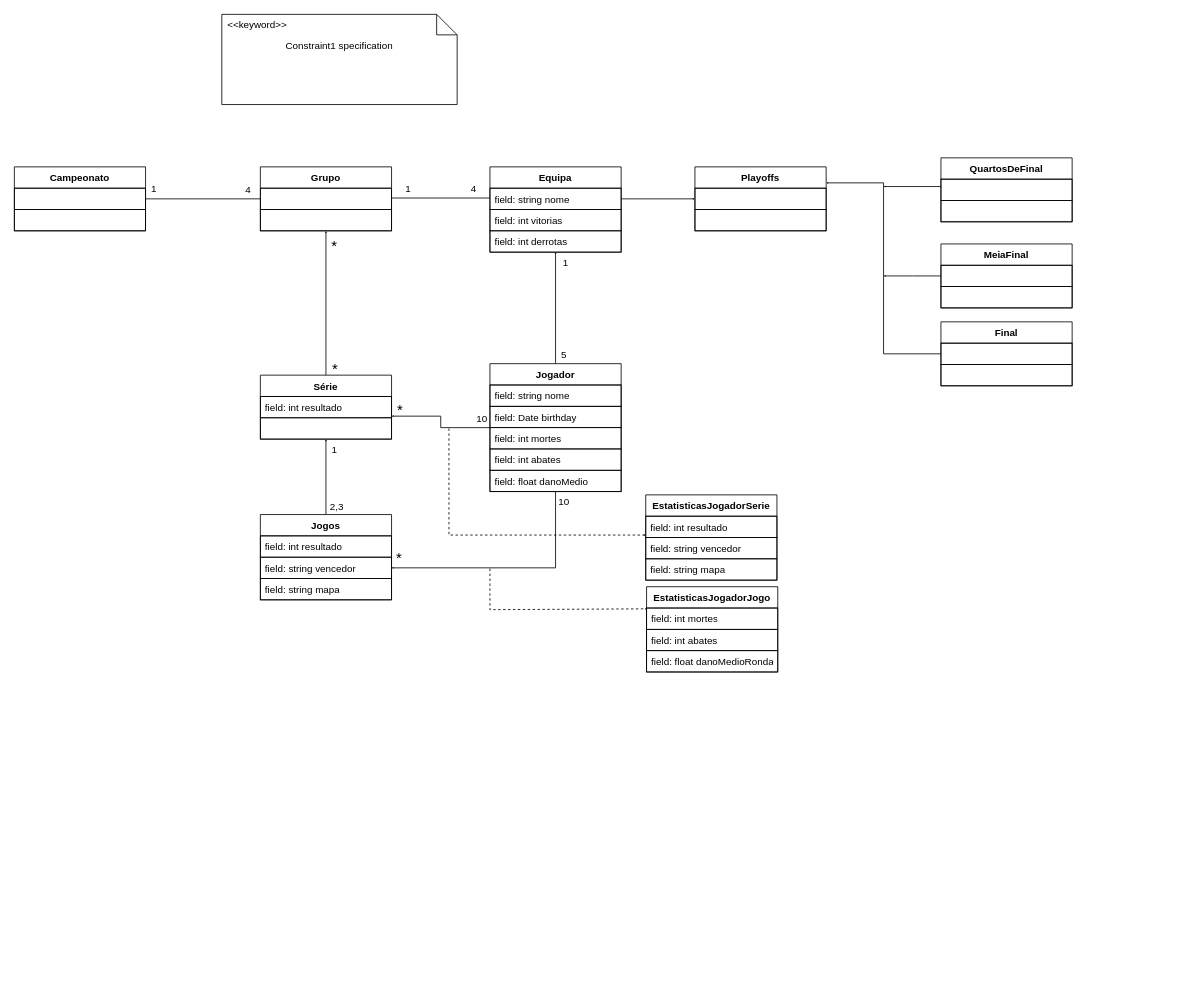
Above: CampeonatoCS.drawio in esperaumbocado/Project_BD (draw.io), before the change. Source tidied: cells renumbered, new cells numbered last; positions are measured from the earlier drawing's top-left corner, leaving out a move shared by most shapes. Both pictures are drawn from the tidied source at 82%, with x=0, y=0 at pixel (14, 14).
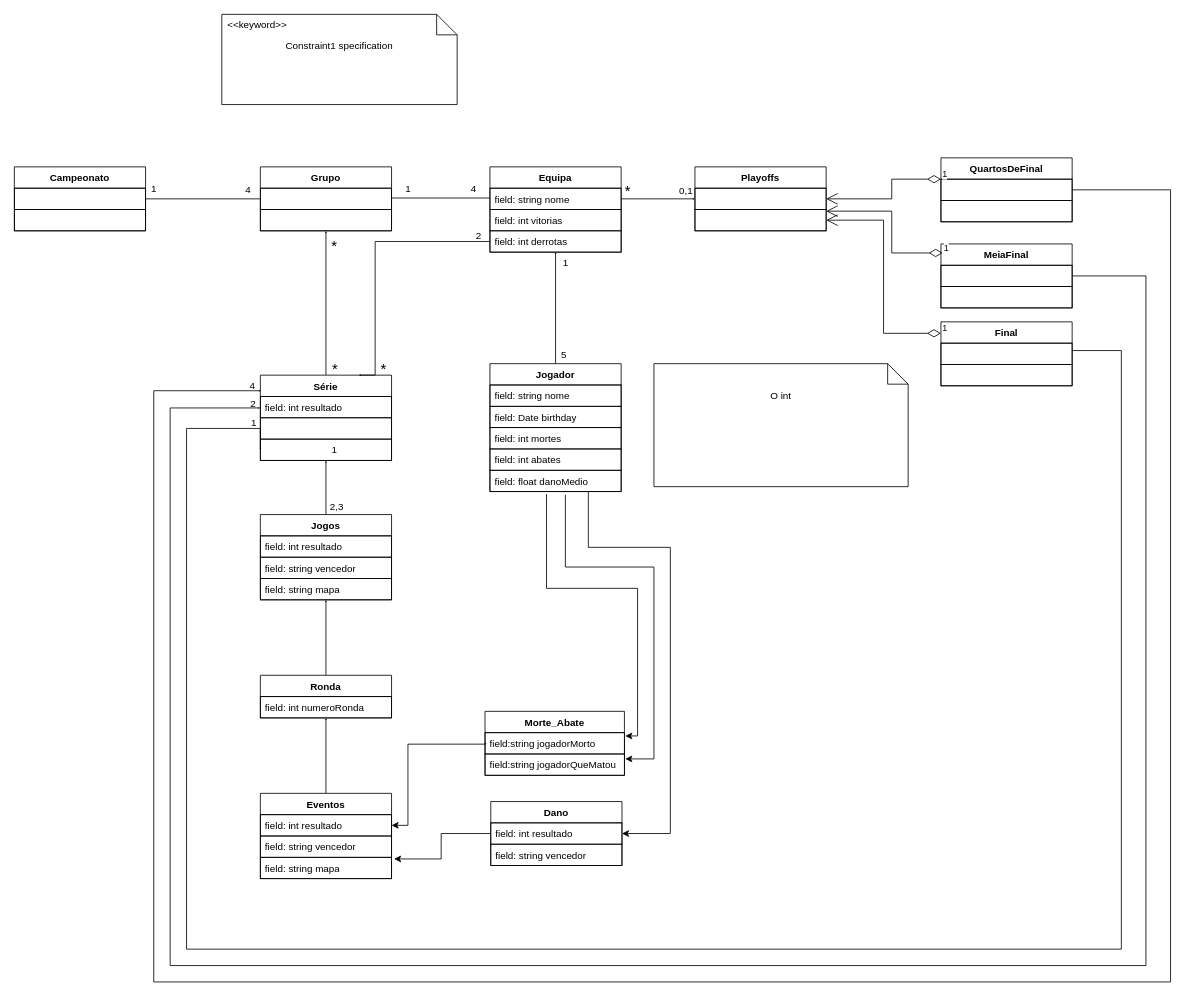
After the change.

The change refers to these unchanged cells:
```xml
<mxCell id="16" value="field: int derrotas" style="text;strokeColor=default;fillColor=none;align=left;verticalAlign=top;spacingLeft=4;spacingRight=4;overflow=hidden;points=[[0,0.5],[1,0.5]];portConstraint=eastwest;whiteSpace=wrap;html=1;" parent="13" vertex="1">
  <mxGeometry y="78" width="160" height="26" as="geometry" />
</mxCell>
<mxCell id="22" value="field: int resultado" style="text;strokeColor=default;fillColor=none;align=left;verticalAlign=top;spacingLeft=4;spacingRight=4;overflow=hidden;points=[[0,0.5],[1,0.5]];portConstraint=eastwest;whiteSpace=wrap;html=1;" parent="21" vertex="1">
  <mxGeometry y="26" width="160" height="26" as="geometry" />
</mxCell>
<mxCell id="27" value="&lt;div&gt;Jogos&lt;/div&gt;&lt;div&gt;&lt;br&gt;&lt;/div&gt;" style="swimlane;fontStyle=1;align=center;verticalAlign=top;horizontal=1;startSize=26;whiteSpace=wrap;html=1;" parent="1" vertex="1">
  <mxGeometry x="300" y="610" width="160" height="104" as="geometry" />
</mxCell>
<mxCell id="29" value="field: string vencedor" style="text;strokeColor=default;fillColor=none;align=left;verticalAlign=top;spacingLeft=4;spacingRight=4;overflow=hidden;points=[[0,0.5],[1,0.5]];portConstraint=eastwest;whiteSpace=wrap;html=1;" parent="27" vertex="1">
  <mxGeometry y="52" width="160" height="26" as="geometry" />
</mxCell>
<mxCell id="36" value="Jogador" style="swimlane;fontStyle=1;align=center;verticalAlign=top;horizontal=1;startSize=26;whiteSpace=wrap;html=1;" parent="1" vertex="1">
  <mxGeometry x="580" y="426" width="160" height="156" as="geometry" />
</mxCell>
<mxCell id="41" value="field: float danoMedio" style="text;strokeColor=default;fillColor=none;align=left;verticalAlign=top;spacingLeft=4;spacingRight=4;overflow=hidden;points=[[0,0.5],[1,0.5]];portConstraint=eastwest;whiteSpace=wrap;html=1;" parent="36" vertex="1">
  <mxGeometry y="130" width="160" height="26" as="geometry" />
</mxCell>
<mxCell id="42" value="Playoffs" style="swimlane;fontStyle=1;align=center;verticalAlign=top;horizontal=1;startSize=26;whiteSpace=wrap;html=1;" parent="1" vertex="1">
  <mxGeometry x="830" y="186" width="160" height="78" as="geometry" />
</mxCell>
<mxCell id="43" style="text;strokeColor=default;fillColor=none;align=left;verticalAlign=top;spacingLeft=4;spacingRight=4;overflow=hidden;points=[[0,0.5],[1,0.5]];portConstraint=eastwest;whiteSpace=wrap;html=1;" parent="42" vertex="1">
  <mxGeometry y="26" width="160" height="26" as="geometry" />
</mxCell>
<mxCell id="44" style="text;strokeColor=default;fillColor=none;align=left;verticalAlign=top;spacingLeft=4;spacingRight=4;overflow=hidden;points=[[0,0.5],[1,0.5]];portConstraint=eastwest;whiteSpace=wrap;html=1;" parent="42" vertex="1">
  <mxGeometry y="52" width="160" height="26" as="geometry" />
</mxCell>
<mxCell id="47" style="text;strokeColor=default;fillColor=none;align=left;verticalAlign=top;spacingLeft=4;spacingRight=4;overflow=hidden;points=[[0,0.5],[1,0.5]];portConstraint=eastwest;whiteSpace=wrap;html=1;" parent="46" vertex="1">
  <mxGeometry y="26" width="160" height="26" as="geometry" />
</mxCell>
<mxCell id="49" value="MeiaFinal" style="swimlane;fontStyle=1;align=center;verticalAlign=top;horizontal=1;startSize=26;whiteSpace=wrap;html=1;" parent="1" vertex="1">
  <mxGeometry x="1130" y="280" width="160" height="78" as="geometry" />
</mxCell>
<mxCell id="51" style="text;strokeColor=default;fillColor=none;align=left;verticalAlign=top;spacingLeft=4;spacingRight=4;overflow=hidden;points=[[0,0.5],[1,0.5]];portConstraint=eastwest;whiteSpace=wrap;html=1;" parent="49" vertex="1">
  <mxGeometry y="26" width="160" height="26" as="geometry" />
</mxCell>
<mxCell id="53" value="Final" style="swimlane;fontStyle=1;align=center;verticalAlign=top;horizontal=1;startSize=26;whiteSpace=wrap;html=1;" parent="1" vertex="1">
  <mxGeometry x="1130" y="375" width="160" height="78" as="geometry" />
</mxCell>
<mxCell id="54" style="text;strokeColor=default;fillColor=none;align=left;verticalAlign=top;spacingLeft=4;spacingRight=4;overflow=hidden;points=[[0,0.5],[1,0.5]];portConstraint=eastwest;whiteSpace=wrap;html=1;" parent="53" vertex="1">
  <mxGeometry y="26" width="160" height="26" as="geometry" />
</mxCell>
```

Change to the diagram source:
```diff
@@
     <mxCell id="21" value="Série" style="swimlane;fontStyle=1;align=center;verticalAlign=top;horizontal=1;startSize=26;whiteSpace=wrap;html=1;" parent="1" vertex="1">
-      <mxGeometry x="300" y="440" width="160" height="78" as="geometry" />
+      <mxGeometry x="300" y="440" width="160" height="104" as="geometry" />
     </mxCell>
@@
+    <mxCell id="75" style="text;strokeColor=default;fillColor=none;align=left;verticalAlign=top;spacingLeft=4;spacingRight=4;overflow=hidden;whiteSpace=wrap;html=1;" parent="21" vertex="1">
+      <mxGeometry y="52" width="160" height="26" as="geometry" />
+    </mxCell>
     <mxCell id="23" style="text;strokeColor=default;fillColor=none;align=left;verticalAlign=top;spacingLeft=4;spacingRight=4;overflow=hidden;points=[[0,0.5],[1,0.5]];portConstraint=eastwest;whiteSpace=wrap;html=1;" parent="21" vertex="1">
-      <mxGeometry y="52" width="160" height="26" as="geometry" />
+      <mxGeometry y="78" width="160" height="26" as="geometry" />
     </mxCell>
@@
-    <mxCell id="35" style="edgeStyle=orthogonalEdgeStyle;rounded=0;jettySize=auto;html=1;entryX=1;entryY=0.5;entryDx=0;entryDy=0;endSize=0;" parent="1" edge="1" source="36" target="29">
-      <mxGeometry relative="1" as="geometry" />
-    </mxCell>
+    <mxCell id="76" style="edgeStyle=orthogonalEdgeStyle;rounded=0;jettySize=auto;html=1;exitX=0.575;exitY=1.154;exitDx=0;exitDy=0;entryX=1.006;entryY=0.231;entryDx=0;entryDy=0;exitPerimeter=0;entryPerimeter=0;" parent="1" edge="1" source="41" target="99">
+      <mxGeometry relative="1" as="geometry">
+        <Array as="points">
+          <mxPoint x="672" y="674" />
+          <mxPoint x="780" y="674" />
+          <mxPoint x="780" y="908" />
+        </Array>
+      </mxGeometry>
+    </mxCell>
+    <mxCell id="77" style="edgeStyle=orthogonalEdgeStyle;rounded=0;jettySize=auto;html=1;exitX=0.75;exitY=1;exitDx=0;exitDy=0;entryX=1;entryY=0.5;entryDx=0;entryDy=0;" parent="1" edge="1" source="36" target="101">
+      <mxGeometry relative="1" as="geometry">
+        <Array as="points">
+          <mxPoint x="700" y="650" />
+          <mxPoint x="800" y="650" />
+          <mxPoint x="800" y="999" />
+        </Array>
+      </mxGeometry>
+    </mxCell>
@@
-    <mxCell id="45" style="edgeStyle=orthogonalEdgeStyle;rounded=0;orthogonalLoop=1;jettySize=auto;html=1;endSize=0;" parent="1" edge="1">
-      <mxGeometry relative="1" as="geometry">
-        <mxPoint x="1130" y="210" as="sourcePoint" />
-        <mxPoint x="1060" y="210" as="targetPoint" />
-      </mxGeometry>
-    </mxCell>
@@
-    <mxCell id="50" style="edgeStyle=orthogonalEdgeStyle;rounded=0;jettySize=auto;html=1;endSize=0;" parent="49" edge="1" source="51">
-      <mxGeometry relative="1" as="geometry">
-        <mxPoint x="-70" y="39" as="targetPoint" />
-      </mxGeometry>
-    </mxCell>
@@
-    <mxCell id="56" style="edgeStyle=orthogonalEdgeStyle;rounded=0;jettySize=auto;html=1;entryX=1;entryY=0.25;entryDx=0;entryDy=0;endSize=0;" parent="1" edge="1" source="54" target="42">
-      <mxGeometry relative="1" as="geometry" />
-    </mxCell>
@@
-    <mxCell id="60" style="edgeStyle=orthogonalEdgeStyle;rounded=0;jettySize=auto;html=1;entryX=1;entryY=0.923;entryDx=0;entryDy=0;entryPerimeter=0;strokeWidth=1;endSize=0;" parent="1" edge="1" source="36" target="22">
-      <mxGeometry relative="1" as="geometry" />
-    </mxCell>
-    <mxCell id="61" value="10" style="text;html=1;align=center;verticalAlign=middle;strokeColor=none;fillColor=none;" parent="1" vertex="1">
-      <mxGeometry x="550" y="479" width="40" height="30" as="geometry" />
-    </mxCell>
-    <mxCell id="62" value="&lt;font style=&quot;font-size: 18px;&quot;&gt;*&lt;/font&gt;" style="text;html=1;align=center;verticalAlign=middle;strokeColor=none;fillColor=none;" parent="1" vertex="1">
-      <mxGeometry x="455" y="463" width="30" height="40" as="geometry" />
-    </mxCell>
-    <mxCell id="63" value="10" style="text;html=1;align=center;verticalAlign=middle;strokeColor=none;fillColor=none;" parent="1" vertex="1">
-      <mxGeometry x="650" y="580" width="40" height="30" as="geometry" />
-    </mxCell>
-    <mxCell id="64" value="&lt;font style=&quot;font-size: 18px;&quot;&gt;*&lt;/font&gt;" style="text;html=1;align=center;verticalAlign=middle;strokeColor=none;fillColor=none;" parent="1" vertex="1">
-      <mxGeometry x="454" y="643" width="30" height="40" as="geometry" />
-    </mxCell>
-    <mxCell id="65" style="edgeStyle=segmentEdgeStyle;endArrow=classic;html=1;curved=0;rounded=0;endSize=0;startSize=8;sourcePerimeterSpacing=0;targetPerimeterSpacing=0;dashed=1;entryX=0.006;entryY=0.038;entryDx=0;entryDy=0;entryPerimeter=0;" parent="1" edge="1" target="67">
-      <mxGeometry relative="1" as="geometry">
-        <mxPoint x="580" y="676" as="sourcePoint" />
-        <Array as="points">
-          <mxPoint x="580" y="726" />
-        </Array>
-      </mxGeometry>
-    </mxCell>
-    <mxCell id="66" value="EstatisticasJogadorJogo" style="swimlane;fontStyle=1;align=center;verticalAlign=top;horizontal=1;startSize=26;whiteSpace=wrap;html=1;" parent="1" vertex="1">
-      <mxGeometry x="771" y="698" width="160" height="104" as="geometry" />
-    </mxCell>
-    <mxCell id="67" value="field: int mortes" style="text;strokeColor=default;fillColor=none;align=left;verticalAlign=top;spacingLeft=4;spacingRight=4;overflow=hidden;points=[[0,0.5],[1,0.5]];portConstraint=eastwest;whiteSpace=wrap;html=1;" parent="66" vertex="1">
-      <mxGeometry y="26" width="160" height="26" as="geometry" />
-    </mxCell>
-    <mxCell id="68" value="field: int abates" style="text;strokeColor=default;fillColor=none;align=left;verticalAlign=top;spacingLeft=4;spacingRight=4;overflow=hidden;whiteSpace=wrap;html=1;" parent="66" vertex="1">
-      <mxGeometry y="52" width="160" height="26" as="geometry" />
-    </mxCell>
-    <mxCell id="69" value="field: float danoMedioRonda" style="text;strokeColor=default;fillColor=none;align=left;verticalAlign=top;spacingLeft=4;spacingRight=4;overflow=hidden;whiteSpace=wrap;html=1;" parent="66" vertex="1">
-      <mxGeometry y="78" width="160" height="26" as="geometry" />
-    </mxCell>
-    <mxCell id="70" value="EstatisticasJogadorSerie" style="swimlane;fontStyle=1;align=center;verticalAlign=top;horizontal=1;startSize=26;whiteSpace=wrap;html=1;" parent="1" vertex="1">
-      <mxGeometry x="770" y="586" width="160" height="104" as="geometry" />
-    </mxCell>
-    <mxCell id="71" value="field: int resultado" style="text;strokeColor=default;fillColor=none;align=left;verticalAlign=top;spacingLeft=4;spacingRight=4;overflow=hidden;whiteSpace=wrap;html=1;" parent="70" vertex="1">
-      <mxGeometry y="26" width="160" height="26" as="geometry" />
-    </mxCell>
-    <mxCell id="72" value="field: string vencedor" style="text;strokeColor=default;fillColor=none;align=left;verticalAlign=top;spacingLeft=4;spacingRight=4;overflow=hidden;whiteSpace=wrap;html=1;" parent="70" vertex="1">
-      <mxGeometry y="52" width="160" height="26" as="geometry" />
-    </mxCell>
+    <mxCell id="78" value="&lt;font style=&quot;font-size: 18px;&quot;&gt;*&lt;/font&gt;" style="text;html=1;align=center;verticalAlign=middle;strokeColor=none;fillColor=none;" parent="1" vertex="1">
+      <mxGeometry x="733" y="196" width="30" height="40" as="geometry" />
+    </mxCell>
+    <mxCell id="79" value="0,1" style="text;html=1;align=center;verticalAlign=middle;strokeColor=none;fillColor=none;" parent="1" vertex="1">
+      <mxGeometry x="799" y="201" width="40" height="30" as="geometry" />
+    </mxCell>
+    <mxCell id="80" style="edgeStyle=orthogonalEdgeStyle;rounded=0;jettySize=auto;html=1;endSize=0;entryX=0.833;entryY=-0.033;entryDx=0;entryDy=0;entryPerimeter=0;" parent="1" edge="1" source="47" target="84">
+      <mxGeometry relative="1" as="geometry">
+        <Array as="points">
+          <mxPoint x="1410" y="214" />
+          <mxPoint x="1410" y="1180" />
+          <mxPoint x="170" y="1180" />
+          <mxPoint x="170" y="459" />
+        </Array>
+      </mxGeometry>
+    </mxCell>
+    <mxCell id="81" style="edgeStyle=orthogonalEdgeStyle;rounded=0;jettySize=auto;html=1;exitX=1;exitY=0.5;exitDx=0;exitDy=0;endSize=0;" parent="1" edge="1" source="49">
+      <mxGeometry relative="1" as="geometry">
+        <mxPoint x="300" y="480" as="targetPoint" />
+        <Array as="points">
+          <mxPoint x="1380" y="319" />
+          <mxPoint x="1380" y="1160" />
+          <mxPoint x="190" y="1160" />
+          <mxPoint x="190" y="480" />
+        </Array>
+      </mxGeometry>
+    </mxCell>
+    <mxCell id="82" style="edgeStyle=orthogonalEdgeStyle;rounded=0;jettySize=auto;html=1;endSize=0;entryX=0;entryY=0.5;entryDx=0;entryDy=0;" parent="1" edge="1" target="23">
+      <mxGeometry relative="1" as="geometry">
+        <mxPoint x="1290" y="410" as="sourcePoint" />
+        <Array as="points">
+          <mxPoint x="1350" y="410" />
+          <mxPoint x="1350" y="1140" />
+          <mxPoint x="210" y="1140" />
+          <mxPoint x="210" y="505" />
+          <mxPoint x="300" y="505" />
+        </Array>
+      </mxGeometry>
+    </mxCell>
+    <mxCell id="83" value="O int " style="shape=note2;boundedLbl=1;whiteSpace=wrap;html=1;size=25;verticalAlign=top;align=center;" parent="1" vertex="1">
+      <mxGeometry x="780" y="426" width="310" height="150" as="geometry" />
+    </mxCell>
+    <mxCell id="84" value="2" style="text;html=1;align=center;verticalAlign=middle;points=[];strokeColor=none;fillColor=none;" parent="1" vertex="1">
+      <mxGeometry x="276" y="460" width="30" height="30" as="geometry" />
+    </mxCell>
+    <mxCell id="85" value="1" style="text;html=1;align=center;verticalAlign=middle;strokeColor=none;fillColor=none;" parent="1" vertex="1">
+      <mxGeometry x="277" y="483" width="30" height="30" as="geometry" />
+    </mxCell>
+    <mxCell id="86" value="4" style="text;html=1;align=center;verticalAlign=middle;strokeColor=none;fillColor=none;" parent="1" vertex="1">
+      <mxGeometry x="275" y="438" width="30" height="30" as="geometry" />
+    </mxCell>
+    <mxCell id="87" value="1" style="endArrow=open;html=1;endSize=12;startArrow=diamondThin;startSize=14;startFill=0;edgeStyle=orthogonalEdgeStyle;align=left;verticalAlign=bottom;rounded=0;exitX=0;exitY=0.179;exitDx=0;exitDy=0;exitPerimeter=0;entryX=1;entryY=0.5;entryDx=0;entryDy=0;" parent="1" edge="1" source="53" target="44">
+      <mxGeometry x="-1" y="3" relative="1" as="geometry" />
+    </mxCell>
+    <mxCell id="88" value="1" style="endArrow=open;html=1;endSize=12;startArrow=diamondThin;startSize=14;startFill=0;edgeStyle=orthogonalEdgeStyle;align=left;verticalAlign=bottom;rounded=0;exitX=0.013;exitY=0.141;exitDx=0;exitDy=0;exitPerimeter=0;entryX=1;entryY=0.077;entryDx=0;entryDy=0;entryPerimeter=0;" parent="1" edge="1" source="49" target="44">
+      <mxGeometry x="-1" y="3" relative="1" as="geometry">
+        <Array as="points">
+          <mxPoint x="1070" y="291" />
+          <mxPoint x="1070" y="240" />
+        </Array>
+      </mxGeometry>
+    </mxCell>
+    <mxCell id="89" value="1" style="endArrow=open;html=1;endSize=12;startArrow=diamondThin;startSize=14;startFill=0;edgeStyle=orthogonalEdgeStyle;align=left;verticalAlign=bottom;rounded=0;entryX=1;entryY=0.5;entryDx=0;entryDy=0;" parent="1" edge="1" target="43">
+      <mxGeometry x="-1" y="3" relative="1" as="geometry">
+        <mxPoint x="1130" y="201" as="sourcePoint" />
+        <Array as="points">
+          <mxPoint x="1070" y="201" />
+          <mxPoint x="1070" y="225" />
+        </Array>
+      </mxGeometry>
+    </mxCell>
+    <mxCell id="90" style="edgeStyle=orthogonalEdgeStyle;rounded=0;jettySize=auto;html=1;entryX=0.75;entryY=0;entryDx=0;entryDy=0;endSize=0;" parent="1" edge="1" source="16" target="21">
+      <mxGeometry relative="1" as="geometry">
+        <Array as="points">
+          <mxPoint x="440" y="277" />
+          <mxPoint x="440" y="440" />
+        </Array>
+      </mxGeometry>
+    </mxCell>
+    <mxCell id="91" value="&lt;font style=&quot;font-size: 18px;&quot;&gt;*&lt;/font&gt;" style="text;html=1;align=center;verticalAlign=middle;strokeColor=none;fillColor=none;" parent="1" vertex="1">
+      <mxGeometry x="435" y="413" width="30" height="40" as="geometry" />
+    </mxCell>
+    <mxCell id="92" value="2" style="text;html=1;align=center;verticalAlign=middle;strokeColor=none;fillColor=none;" parent="1" vertex="1">
+      <mxGeometry x="551" y="255" width="30" height="30" as="geometry" />
+    </mxCell>
+    <mxCell id="93" style="edgeStyle=orthogonalEdgeStyle;rounded=0;jettySize=auto;html=1;entryX=0.5;entryY=1;entryDx=0;entryDy=0;endSize=0;" parent="1" edge="1" source="94" target="27">
+      <mxGeometry relative="1" as="geometry" />
+    </mxCell>
+    <mxCell id="94" value="Ronda" style="swimlane;fontStyle=1;align=center;verticalAlign=top;horizontal=1;startSize=26;whiteSpace=wrap;html=1;" parent="1" vertex="1">
+      <mxGeometry x="300" y="806" width="160" height="52" as="geometry" />
+    </mxCell>
+    <mxCell id="95" value="field: int numeroRonda" style="text;strokeColor=default;fillColor=none;align=left;verticalAlign=top;spacingLeft=4;spacingRight=4;overflow=hidden;whiteSpace=wrap;html=1;" parent="94" vertex="1">
+      <mxGeometry y="26" width="160" height="26" as="geometry" />
+    </mxCell>
+    <mxCell id="96" style="edgeStyle=orthogonalEdgeStyle;rounded=0;jettySize=auto;html=1;entryX=1;entryY=0.5;entryDx=0;entryDy=0;exitX=0;exitY=0.5;exitDx=0;exitDy=0;" parent="1" edge="1" source="98" target="105">
+      <mxGeometry relative="1" as="geometry">
+        <Array as="points">
+          <mxPoint x="575" y="890" />
+          <mxPoint x="480" y="890" />
+          <mxPoint x="480" y="989" />
+        </Array>
+      </mxGeometry>
+    </mxCell>
+    <mxCell id="97" value="Morte_Abate" style="swimlane;fontStyle=1;align=center;verticalAlign=top;horizontal=1;startSize=26;whiteSpace=wrap;html=1;" parent="1" vertex="1">
+      <mxGeometry x="574" y="850" width="170" height="78" as="geometry" />
+    </mxCell>
+    <mxCell id="98" value="field:string jogadorMorto" style="text;strokeColor=default;fillColor=none;align=left;verticalAlign=top;spacingLeft=4;spacingRight=4;overflow=hidden;points=[[0,0.5],[1,0.5]];portConstraint=eastwest;whiteSpace=wrap;html=1;" parent="97" vertex="1">
+      <mxGeometry y="26" width="170" height="26" as="geometry" />
+    </mxCell>
+    <mxCell id="99" value="field:string jogadorQueMatou" style="text;strokeColor=default;fillColor=none;align=left;verticalAlign=top;spacingLeft=4;spacingRight=4;overflow=hidden;points=[[0,0.5],[1,0.5]];portConstraint=eastwest;whiteSpace=wrap;html=1;" parent="97" vertex="1">
+      <mxGeometry y="52" width="170" height="26" as="geometry" />
+    </mxCell>
+    <mxCell id="100" value="Dano" style="swimlane;fontStyle=1;align=center;verticalAlign=top;horizontal=1;startSize=26;whiteSpace=wrap;html=1;" parent="1" vertex="1">
+      <mxGeometry x="581" y="960" width="160" height="78" as="geometry" />
+    </mxCell>
+    <mxCell id="101" value="field: int resultado" style="text;strokeColor=default;fillColor=none;align=left;verticalAlign=top;spacingLeft=4;spacingRight=4;overflow=hidden;points=[[0,0.5],[1,0.5]];portConstraint=eastwest;whiteSpace=wrap;html=1;" parent="100" vertex="1">
+      <mxGeometry y="26" width="160" height="26" as="geometry" />
+    </mxCell>
+    <mxCell id="102" value="field: string vencedor" style="text;strokeColor=default;fillColor=none;align=left;verticalAlign=top;spacingLeft=4;spacingRight=4;overflow=hidden;whiteSpace=wrap;html=1;" parent="100" vertex="1">
+      <mxGeometry y="52" width="160" height="26" as="geometry" />
+    </mxCell>
+    <mxCell id="103" style="edgeStyle=orthogonalEdgeStyle;rounded=0;jettySize=auto;html=1;entryX=0.5;entryY=1;entryDx=0;entryDy=0;endSize=0;" parent="1" edge="1" source="104" target="94">
+      <mxGeometry relative="1" as="geometry" />
+    </mxCell>
+    <mxCell id="104" value="Eventos" style="swimlane;fontStyle=1;align=center;verticalAlign=top;horizontal=1;startSize=26;whiteSpace=wrap;html=1;" parent="1" vertex="1">
+      <mxGeometry x="300" y="950" width="160" height="104" as="geometry" />
+    </mxCell>
+    <mxCell id="105" value="field: int resultado" style="text;strokeColor=default;fillColor=none;align=left;verticalAlign=top;spacingLeft=4;spacingRight=4;overflow=hidden;points=[[0,0.5],[1,0.5]];portConstraint=eastwest;whiteSpace=wrap;html=1;" parent="104" vertex="1">
+      <mxGeometry y="26" width="160" height="26" as="geometry" />
+    </mxCell>
+    <mxCell id="106" value="field: string vencedor" style="text;strokeColor=default;fillColor=none;align=left;verticalAlign=top;spacingLeft=4;spacingRight=4;overflow=hidden;whiteSpace=wrap;html=1;" parent="104" vertex="1">
+      <mxGeometry y="52" width="160" height="26" as="geometry" />
+    </mxCell>
-    <mxCell id="73" value="field: string mapa" style="text;strokeColor=default;fillColor=none;align=left;verticalAlign=top;spacingLeft=4;spacingRight=4;overflow=hidden;points=[[0,0.5],[1,0.5]];portConstraint=eastwest;whiteSpace=wrap;html=1;" parent="70" vertex="1">
+    <mxCell id="73" value="field: string mapa" style="text;strokeColor=default;fillColor=none;align=left;verticalAlign=top;spacingLeft=4;spacingRight=4;overflow=hidden;points=[[0,0.5],[1,0.5]];portConstraint=eastwest;whiteSpace=wrap;html=1;" parent="104" vertex="1">
       <mxGeometry y="78" width="160" height="26" as="geometry" />
     </mxCell>
-    <mxCell id="74" style="edgeStyle=segmentEdgeStyle;endArrow=classic;html=1;curved=0;rounded=0;endSize=0;startSize=8;sourcePerimeterSpacing=0;targetPerimeterSpacing=0;dashed=1;" parent="1" edge="1">
-      <mxGeometry relative="1" as="geometry">
-        <mxPoint x="530" y="505" as="sourcePoint" />
-        <mxPoint x="770" y="635" as="targetPoint" />
-        <Array as="points">
-          <mxPoint x="530" y="505" />
-          <mxPoint x="530" y="635" />
-          <mxPoint x="771" y="635" />
-        </Array>
-      </mxGeometry>
-    </mxCell>
+    <mxCell id="107" style="edgeStyle=orthogonalEdgeStyle;rounded=0;jettySize=auto;html=1;exitX=0;exitY=0.5;exitDx=0;exitDy=0;entryX=1.019;entryY=0.077;entryDx=0;entryDy=0;entryPerimeter=0;" parent="1" edge="1" source="101" target="73">
+      <mxGeometry relative="1" as="geometry" />
+    </mxCell>
+    <mxCell id="108" style="edgeStyle=orthogonalEdgeStyle;rounded=0;jettySize=auto;html=1;exitX=0.431;exitY=1.115;exitDx=0;exitDy=0;entryX=1.006;entryY=0.154;entryDx=0;entryDy=0;entryPerimeter=0;exitPerimeter=0;" parent="1" edge="1" source="41" target="98">
+      <mxGeometry relative="1" as="geometry">
+        <Array as="points">
+          <mxPoint x="649" y="700" />
+          <mxPoint x="760" y="700" />
+          <mxPoint x="760" y="880" />
+        </Array>
+      </mxGeometry>
+    </mxCell>
```
